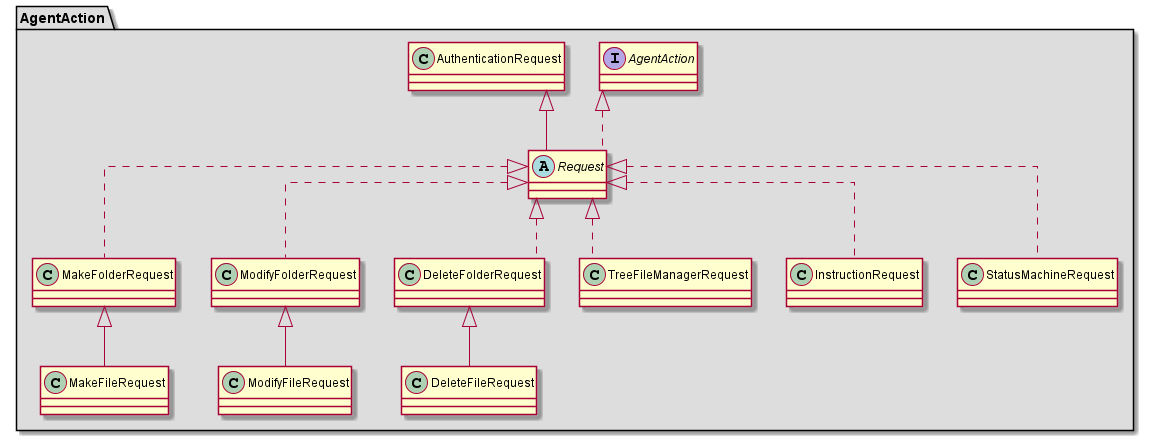
Earlier version of the PlantUML export assets/README_AgentAction.png (nonodev96/THUMDER-ontology).
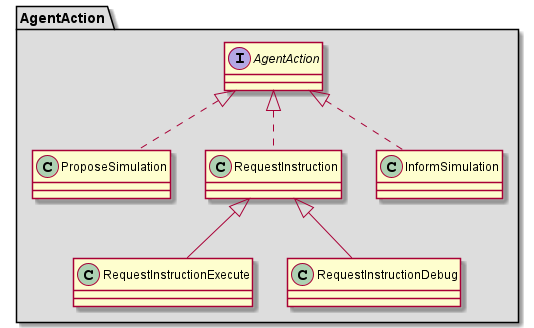
After the change.

Change to the diagram source:
```diff
@@ -1,20 +1,15 @@
-@startuml{README_AgentAction.png, This is my other caption text, width=16cm, option_for_other_tools=value
-!include config.skinparam
+@startuml{README_AgentAction.png}
 
 
 package "AgentAction" #DDDDDD {
   interface AgentAction
-  class AuthenticationRequest
-  abstract class Request  extends AuthenticationRequest implements AgentAction
-  class MakeFolderRequest implements Request
-  class MakeFileRequest extends MakeFolderRequest
-  class ModifyFolderRequest implements Request
-  class ModifyFileRequest extends ModifyFolderRequest
-  class DeleteFolderRequest implements Request
-  class DeleteFileRequest extends DeleteFolderRequest
-  class TreeFileManagerRequest implements Request
-  class InstructionRequest implements Request
-  class StatusMachineRequest implements Request
+
+  class ProposeSimulation implements AgentAction
+  class RequestInstruction implements AgentAction
+  class RequestInstructionExecute extends RequestInstruction
+  class RequestInstructionDebug extends RequestInstruction
+  class InformSimulation implements AgentAction
+
 }
 
 @enduml
```
